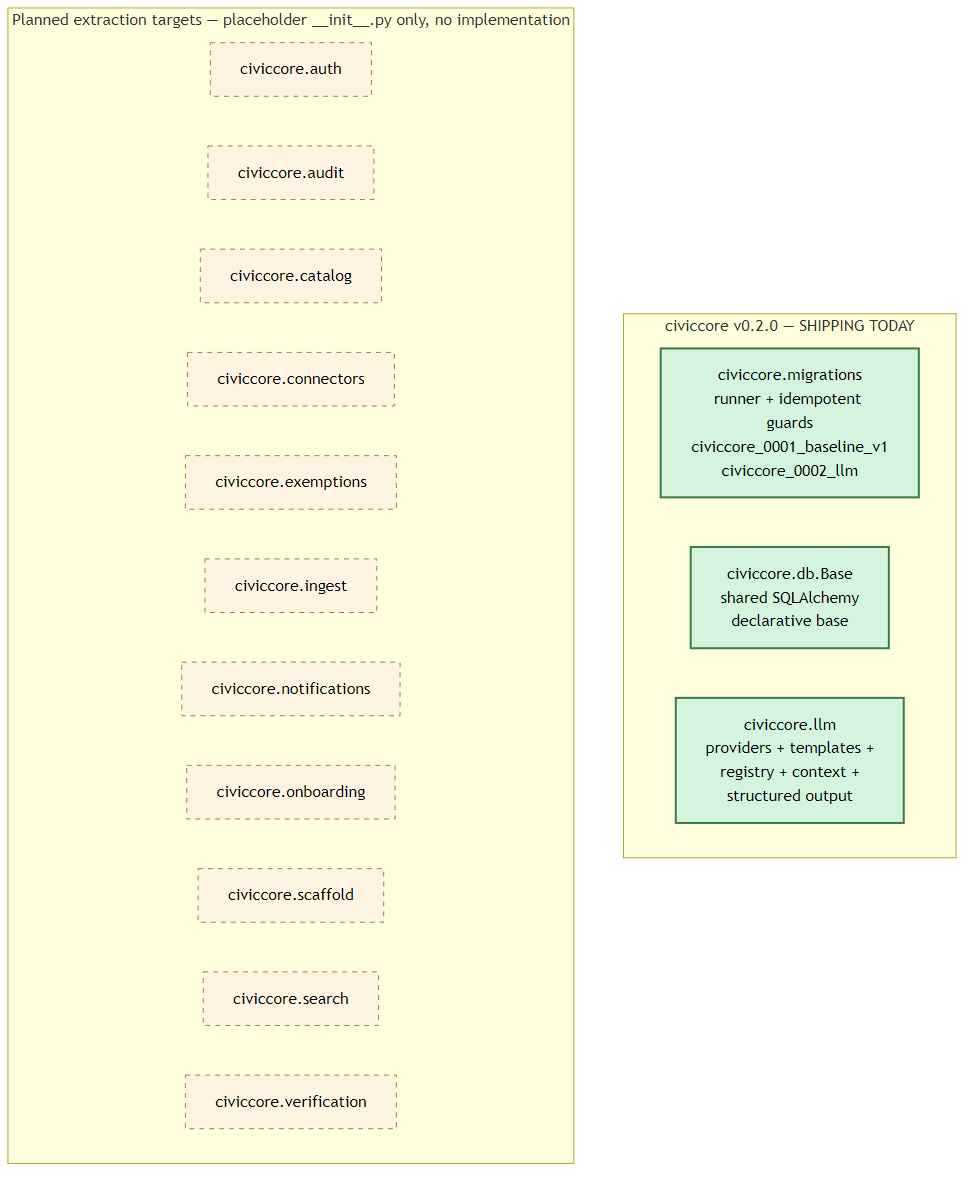
The Mermaid diagram docs/diagrams/civiccore-extraction-map.png in CivicSuite/civiccore, before a commit. Its source is kept beside it as docs/diagrams/civiccore-extraction-map.mmd. Source of this version:
```mermaid
graph TB
    subgraph SHIPPED["civiccore v0.2.0 — SHIPPING TODAY"]
        Mig["civiccore.migrations<br/>runner + idempotent guards<br/>civiccore_0001_baseline_v1<br/>civiccore_0002_llm"]
        DB["civiccore.db.Base<br/>shared SQLAlchemy<br/>declarative base"]
        LLM["civiccore.llm<br/>providers + templates +<br/>registry + context +<br/>structured output"]
    end
    subgraph PLANNED["Planned extraction targets — placeholder __init__.py only, no implementation"]
        Auth["civiccore.auth"]
        Audit["civiccore.audit"]
        Catalog["civiccore.catalog"]
        Connectors["civiccore.connectors"]
        Exemptions["civiccore.exemptions"]
        Ingest["civiccore.ingest"]
        Notif["civiccore.notifications"]
        Onboard["civiccore.onboarding"]
        Scaffold["civiccore.scaffold"]
        Search["civiccore.search"]
        Verify["civiccore.verification"]
    end
    classDef shipping fill:#d4f4dd,stroke:#3a7a4a,stroke-width:2px,color:#000
    classDef placeholder fill:#fff4e1,stroke:#a08040,stroke-width:1px,stroke-dasharray:5 5,color:#000
    class Mig,DB,LLM shipping
    class Auth,Audit,Catalog,Connectors,Exemptions,Ingest,Notif,Onboard,Scaffold,Search,Verify placeholder
```
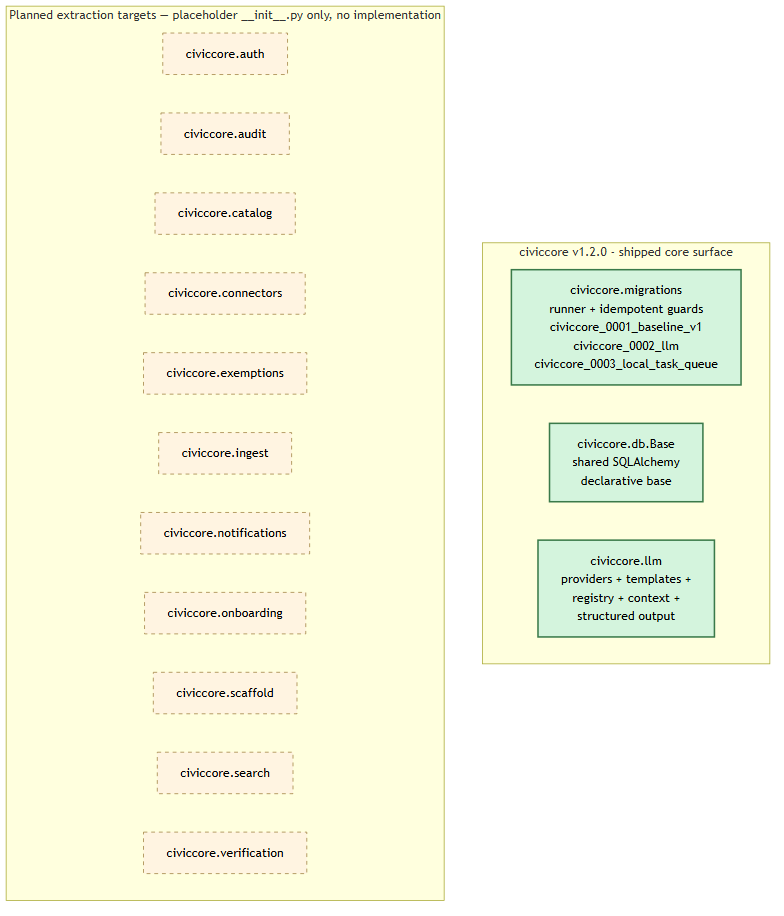
The same diagram one commit later.

Diff of the diagram source:
```diff
@@ -1,6 +1,6 @@
 graph TB
-    subgraph SHIPPED["civiccore v0.2.0 — SHIPPING TODAY"]
-        Mig["civiccore.migrations<br/>runner + idempotent guards<br/>civiccore_0001_baseline_v1<br/>civiccore_0002_llm"]
+    subgraph SHIPPED["civiccore v1.2.0 - shipped core surface"]
+        Mig["civiccore.migrations<br/>runner + idempotent guards<br/>civiccore_0001_baseline_v1<br/>civiccore_0002_llm<br/>civiccore_0003_local_task_queue"]
         DB["civiccore.db.Base<br/>shared SQLAlchemy<br/>declarative base"]
         LLM["civiccore.llm<br/>providers + templates +<br/>registry + context +<br/>structured output"]
     end
```
